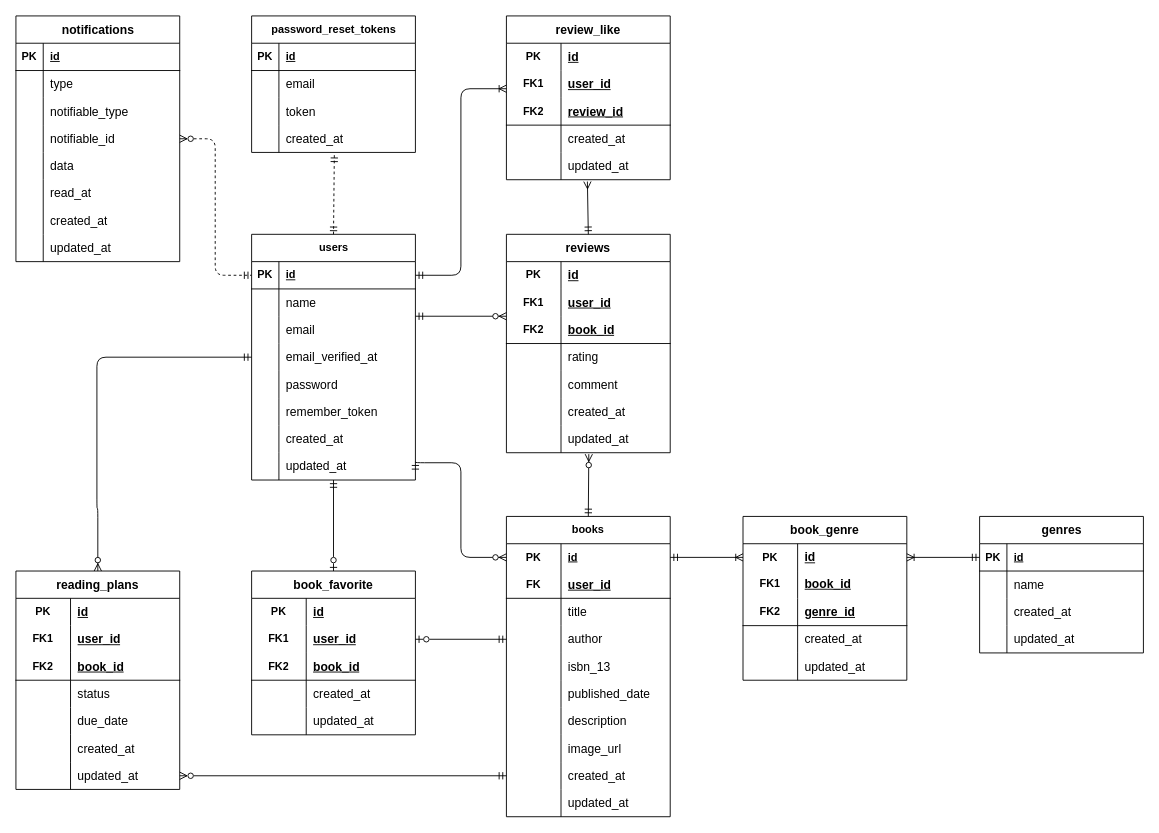
The draw.io diagram index.drawio in TakakazuSekiguchi/bookshelf-app, before the edit. Source tidied: cells renumbered, new cells numbered last; positions are measured from the earlier drawing's top-left corner, leaving out a move shared by most shapes. Both pictures are drawn from the tidied source at 91%, with x=0, y=0 at pixel (15, 15).
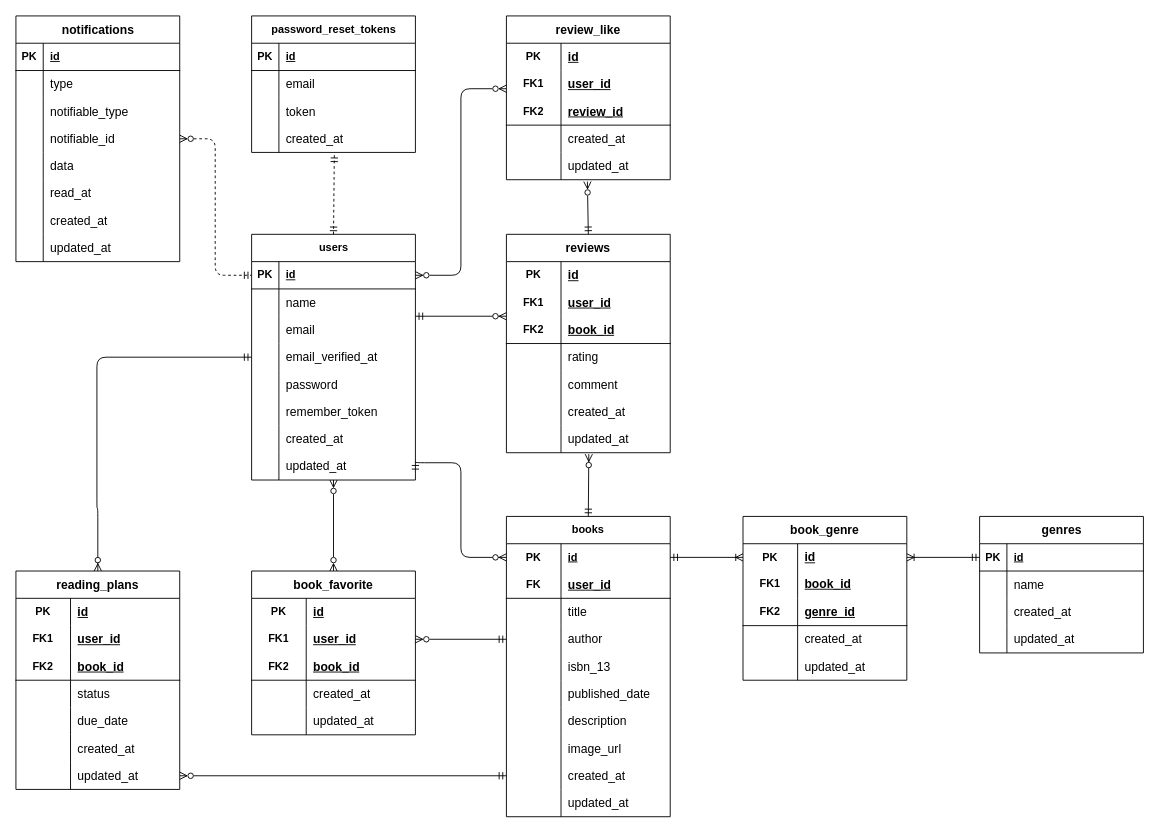
The same diagram, later.

Commit message (it also covers changes not shown here):
モデルを作成／ER図のリレーションを修正

Unchanged cells that the change refers to:
```xml
<mxCell id="24" style="shape=tableRow;horizontal=0;startSize=0;swimlaneHead=0;swimlaneBody=0;fillColor=none;points=[[0,0.5],[1,0.5]];portConstraint=eastwest;top=0;left=0;right=0;bottom=0;rounded=0;" parent="2" vertex="1">
  <mxGeometry y="240" width="180" height="30" as="geometry" />
</mxCell>
<mxCell id="50" style="shape=tableRow;horizontal=0;startSize=0;swimlaneHead=0;swimlaneBody=0;fillColor=none;points=[[0,0.5],[1,0.5]];portConstraint=eastwest;top=0;left=0;right=0;bottom=0;html=1;rounded=0;" parent="40" vertex="1">
  <mxGeometry y="120" width="180" height="30" as="geometry" />
</mxCell>
<mxCell id="84" value="&lt;span style=&quot;color: rgb(0, 0, 0); text-align: start; font-size: 10pt; font-family: Arial;&quot;&gt;reviews&lt;/span&gt;" style="shape=table;startSize=30;childLayout=tableLayout;rowLines=0;fontStyle=1;align=center;html=1;whiteSpace=wrap;rounded=0;" parent="1" vertex="1">
  <mxGeometry x="539" y="240" width="180" height="240" as="geometry" />
</mxCell>
<mxCell id="106" value="&lt;span style=&quot;color: rgb(0, 0, 0); text-align: start; font-size: 10pt; font-family: Arial;&quot;&gt;book_favorite&lt;/span&gt;" style="shape=table;startSize=30;childLayout=tableLayout;rowLines=0;fontStyle=1;align=center;html=1;whiteSpace=wrap;rounded=0;" parent="1" vertex="1">
  <mxGeometry x="259" y="610" width="180" height="180" as="geometry" />
</mxCell>
<mxCell id="110" style="shape=tableRow;horizontal=0;startSize=0;swimlaneHead=0;swimlaneBody=0;fillColor=none;points=[[0,0.5],[1,0.5]];portConstraint=eastwest;top=0;left=0;right=0;bottom=0;html=1;rounded=0;" parent="106" vertex="1">
  <mxGeometry y="60" width="180" height="30" as="geometry" />
</mxCell>
```

The edit, as a diff of the source:
```diff
@@
-    <mxCell id="188" style="fontSize=12;html=1;endArrow=ERmany;startArrow=ERmandOne;exitX=0.5;exitY=0;exitDx=0;exitDy=0;endFill=0;" parent="1" edge="1" source="84">
+    <mxCell id="188" style="fontSize=12;html=1;endArrow=ERzeroToMany;startArrow=ERmandOne;exitX=0.5;exitY=0;exitDx=0;exitDy=0;endFill=0;" parent="1" edge="1" source="84">
       <mxGeometry relative="1" as="geometry">
         <mxPoint x="628" y="182" as="targetPoint" />
       </mxGeometry>
     </mxCell>
@@
-    <mxCell id="192" style="edgeStyle=orthogonalEdgeStyle;fontSize=12;html=1;endArrow=ERoneToMany;startArrow=ERmandOne;entryX=0;entryY=0.5;entryDx=0;entryDy=0;endFill=0;" parent="1" edge="1">
+    <mxCell id="192" style="edgeStyle=orthogonalEdgeStyle;fontSize=12;html=1;endArrow=ERzeroToMany;startArrow=ERzeroToMany;entryX=0;entryY=0.5;entryDx=0;entryDy=0;endFill=0;startFill=0;" parent="1" edge="1">
       <mxGeometry relative="1" as="geometry">
         <mxPoint x="439" y="285" as="sourcePoint" />
         <mxPoint x="539" y="80" as="targetPoint" />
         <Array as="points">
           <mxPoint x="489" y="285" />
           <mxPoint x="489" y="80" />
         </Array>
       </mxGeometry>
     </mxCell>
-    <mxCell id="193" style="fontSize=12;html=1;endArrow=ERmandOne;startArrow=ERzeroToOne;exitX=1;exitY=0.5;exitDx=0;exitDy=0;startFill=0;endFill=0;entryX=0;entryY=0.5;entryDx=0;entryDy=0;" parent="1" edge="1" source="110" target="50">
+    <mxCell id="193" style="fontSize=12;html=1;endArrow=ERmandOne;startArrow=ERzeroToMany;exitX=1;exitY=0.5;exitDx=0;exitDy=0;startFill=0;endFill=0;entryX=0;entryY=0.5;entryDx=0;entryDy=0;" parent="1" edge="1" source="110" target="50">
       <mxGeometry relative="1" as="geometry" />
     </mxCell>
-    <mxCell id="194" style="fontSize=12;html=1;endArrow=ERzeroToOne;startArrow=ERmandOne;startFill=0;endFill=0;entryX=0.5;entryY=0;entryDx=0;entryDy=0;" parent="1" edge="1" source="24" target="106">
+    <mxCell id="194" style="fontSize=12;html=1;endArrow=ERzeroToMany;startArrow=ERzeroToMany;startFill=0;endFill=0;entryX=0.5;entryY=0;entryDx=0;entryDy=0;" parent="1" edge="1" source="24" target="106">
       <mxGeometry relative="1" as="geometry" />
     </mxCell>
```
